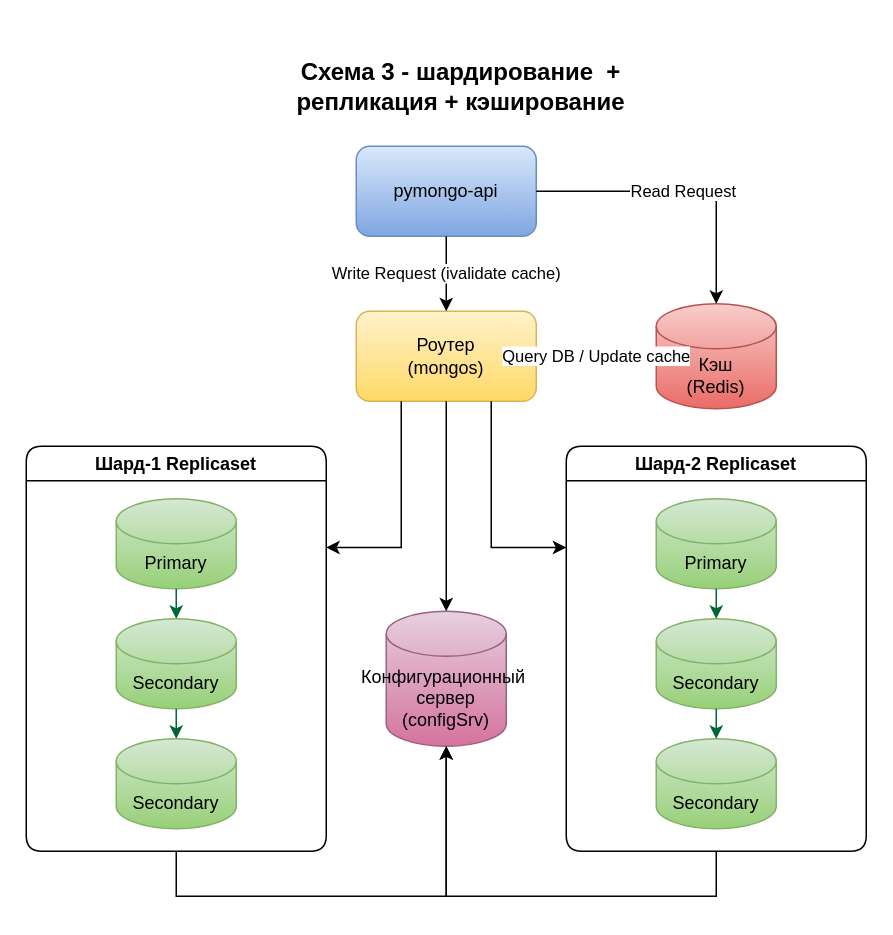
The draw.io diagram schemas/schema-v3-caching.drawio in megalosandros/architecture-black_friday, before the edit. Source tidied: cells renumbered, new cells numbered last; positions are measured from the earlier drawing's top-left corner, leaving out a move shared by most shapes. Both pictures are drawn from the tidied source at 150%, with x=0, y=0 at pixel (26, 26).
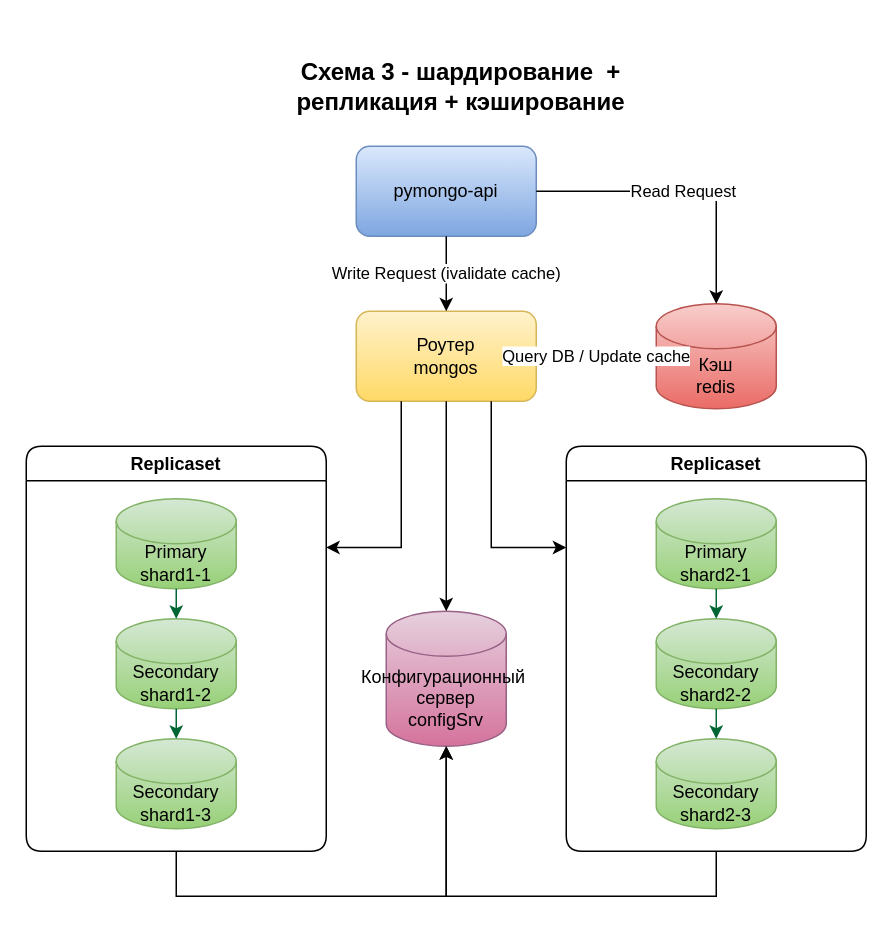
The same diagram, later.

Commit message:
fix: task 1 - names

Diff of the diagram source:
```diff
@@
-    <mxCell id="4" value="Роутер&lt;div&gt;(mongos)&lt;/div&gt;" style="rounded=1;whiteSpace=wrap;html=1;fillColor=#fff2cc;strokeColor=#d6b656;gradientColor=#ffd966;" parent="1" vertex="1">
+    <mxCell id="4" value="Роутер&lt;div&gt;mongos&lt;/div&gt;" style="rounded=1;whiteSpace=wrap;html=1;fillColor=#fff2cc;strokeColor=#d6b656;gradientColor=#ffd966;" parent="1" vertex="1">
       <mxGeometry x="220" y="190" width="120" height="60" as="geometry" />
     </mxCell>
-    <mxCell id="5" value="Конфигурационный&amp;nbsp; сервер&lt;div&gt;(configSrv)&lt;/div&gt;" style="shape=cylinder3;whiteSpace=wrap;html=1;boundedLbl=1;backgroundOutline=1;size=15;fillColor=#e6d0de;strokeColor=#996185;gradientColor=#d5739d;" parent="1" vertex="1">
+    <mxCell id="5" value="Конфигурационный&amp;nbsp; сервер&lt;div&gt;configSrv&lt;/div&gt;" style="shape=cylinder3;whiteSpace=wrap;html=1;boundedLbl=1;backgroundOutline=1;size=15;fillColor=#e6d0de;strokeColor=#996185;gradientColor=#d5739d;" parent="1" vertex="1">
       <mxGeometry x="240" y="390" width="80" height="90" as="geometry" />
     </mxCell>
@@
-    <mxCell id="12" value="Шард-1 Replicaset" style="swimlane;whiteSpace=wrap;html=1;rounded=1;" parent="1" vertex="1">
+    <mxCell id="12" value="Replicaset" style="swimlane;whiteSpace=wrap;html=1;rounded=1;" parent="1" vertex="1">
       <mxGeometry y="280" width="200" height="270" as="geometry" />
     </mxCell>
-    <mxCell id="13" value="Primary" style="shape=cylinder3;whiteSpace=wrap;html=1;boundedLbl=1;backgroundOutline=1;size=15;fillColor=#d5e8d4;strokeColor=#82b366;gradientColor=#97d077;" parent="12" vertex="1">
+    <mxCell id="13" value="Primary&lt;div&gt;shard1-1&lt;/div&gt;" style="shape=cylinder3;whiteSpace=wrap;html=1;boundedLbl=1;backgroundOutline=1;size=15;fillColor=#d5e8d4;strokeColor=#82b366;gradientColor=#97d077;" parent="12" vertex="1">
       <mxGeometry x="60" y="35" width="80" height="60" as="geometry" />
     </mxCell>
-    <mxCell id="14" value="Secondary" style="shape=cylinder3;whiteSpace=wrap;html=1;boundedLbl=1;backgroundOutline=1;size=15;fillColor=#d5e8d4;strokeColor=#82b366;gradientColor=#97d077;" parent="12" vertex="1">
+    <mxCell id="14" value="Secondary&lt;div&gt;shard1-2&lt;/div&gt;" style="shape=cylinder3;whiteSpace=wrap;html=1;boundedLbl=1;backgroundOutline=1;size=15;fillColor=#d5e8d4;strokeColor=#82b366;gradientColor=#97d077;" parent="12" vertex="1">
       <mxGeometry x="60" y="115" width="80" height="60" as="geometry" />
     </mxCell>
-    <mxCell id="15" value="Secondary" style="shape=cylinder3;whiteSpace=wrap;html=1;boundedLbl=1;backgroundOutline=1;size=15;fillColor=#d5e8d4;strokeColor=#82b366;gradientColor=#97d077;" parent="12" vertex="1">
+    <mxCell id="15" value="Secondary&lt;div&gt;shard1-3&lt;/div&gt;" style="shape=cylinder3;whiteSpace=wrap;html=1;boundedLbl=1;backgroundOutline=1;size=15;fillColor=#d5e8d4;strokeColor=#82b366;gradientColor=#97d077;" parent="12" vertex="1">
       <mxGeometry x="60" y="195" width="80" height="60" as="geometry" />
     </mxCell>
@@
-    <mxCell id="18" value="Шард-2 Replicaset" style="swimlane;whiteSpace=wrap;html=1;rounded=1;" parent="1" vertex="1">
+    <mxCell id="18" value="Replicaset" style="swimlane;whiteSpace=wrap;html=1;rounded=1;" parent="1" vertex="1">
       <mxGeometry x="360" y="280" width="200" height="270" as="geometry" />
     </mxCell>
-    <mxCell id="19" value="Primary" style="shape=cylinder3;whiteSpace=wrap;html=1;boundedLbl=1;backgroundOutline=1;size=15;fillColor=#d5e8d4;strokeColor=#82b366;gradientColor=#97d077;" parent="18" vertex="1">
+    <mxCell id="19" value="Primary&lt;div&gt;shard2-1&lt;/div&gt;" style="shape=cylinder3;whiteSpace=wrap;html=1;boundedLbl=1;backgroundOutline=1;size=15;fillColor=#d5e8d4;strokeColor=#82b366;gradientColor=#97d077;" parent="18" vertex="1">
       <mxGeometry x="60" y="35" width="80" height="60" as="geometry" />
     </mxCell>
-    <mxCell id="20" value="Secondary" style="shape=cylinder3;whiteSpace=wrap;html=1;boundedLbl=1;backgroundOutline=1;size=15;fillColor=#d5e8d4;strokeColor=#82b366;gradientColor=#97d077;" parent="18" vertex="1">
+    <mxCell id="20" value="Secondary&lt;div&gt;shard2-2&lt;/div&gt;" style="shape=cylinder3;whiteSpace=wrap;html=1;boundedLbl=1;backgroundOutline=1;size=15;fillColor=#d5e8d4;strokeColor=#82b366;gradientColor=#97d077;" parent="18" vertex="1">
       <mxGeometry x="60" y="115" width="80" height="60" as="geometry" />
     </mxCell>
-    <mxCell id="21" value="Secondary" style="shape=cylinder3;whiteSpace=wrap;html=1;boundedLbl=1;backgroundOutline=1;size=15;fillColor=#d5e8d4;strokeColor=#82b366;gradientColor=#97d077;" parent="18" vertex="1">
+    <mxCell id="21" value="Secondary&lt;div&gt;shard2-3&lt;/div&gt;" style="shape=cylinder3;whiteSpace=wrap;html=1;boundedLbl=1;backgroundOutline=1;size=15;fillColor=#d5e8d4;strokeColor=#82b366;gradientColor=#97d077;" parent="18" vertex="1">
       <mxGeometry x="60" y="195" width="80" height="60" as="geometry" />
     </mxCell>
@@
-    <mxCell id="24" value="Кэш&lt;div&gt;(Redis)&lt;/div&gt;" style="shape=cylinder3;whiteSpace=wrap;html=1;boundedLbl=1;backgroundOutline=1;size=15;fillColor=#f8cecc;strokeColor=#b85450;gradientColor=#ea6b66;" parent="1" vertex="1">
+    <mxCell id="24" value="Кэш&lt;div&gt;redis&lt;/div&gt;" style="shape=cylinder3;whiteSpace=wrap;html=1;boundedLbl=1;backgroundOutline=1;size=15;fillColor=#f8cecc;strokeColor=#b85450;gradientColor=#ea6b66;" parent="1" vertex="1">
       <mxGeometry x="420" y="185" width="80" height="70" as="geometry" />
     </mxCell>
```
